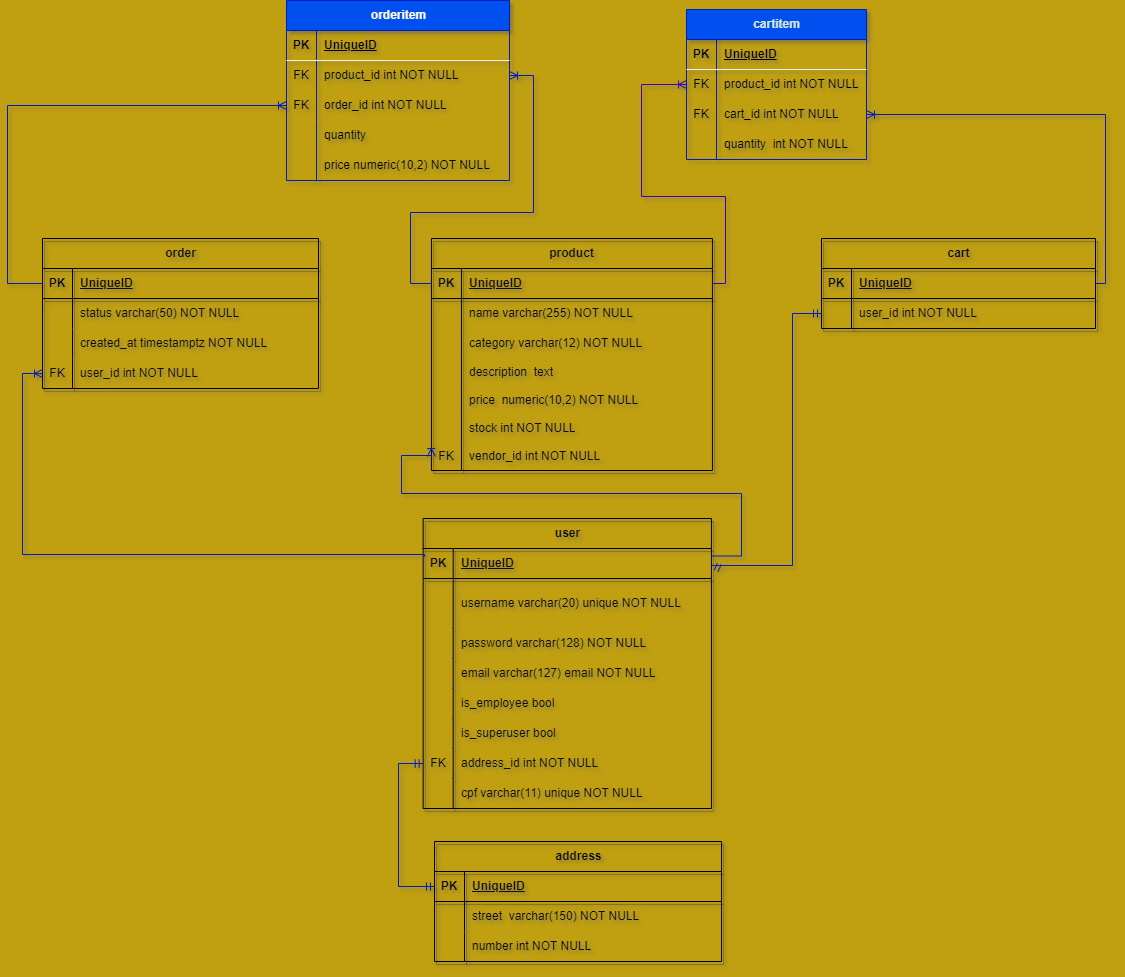
Above: DER.drawio.png in Projeto-Backend-Grupo-G34/Tech-By-Kenzie-Store (draw.io), before the change. Source tidied: cells renumbered, new cells last; positions are measured from the earlier drawing's top-left corner, leaving out a move shared by most shapes.
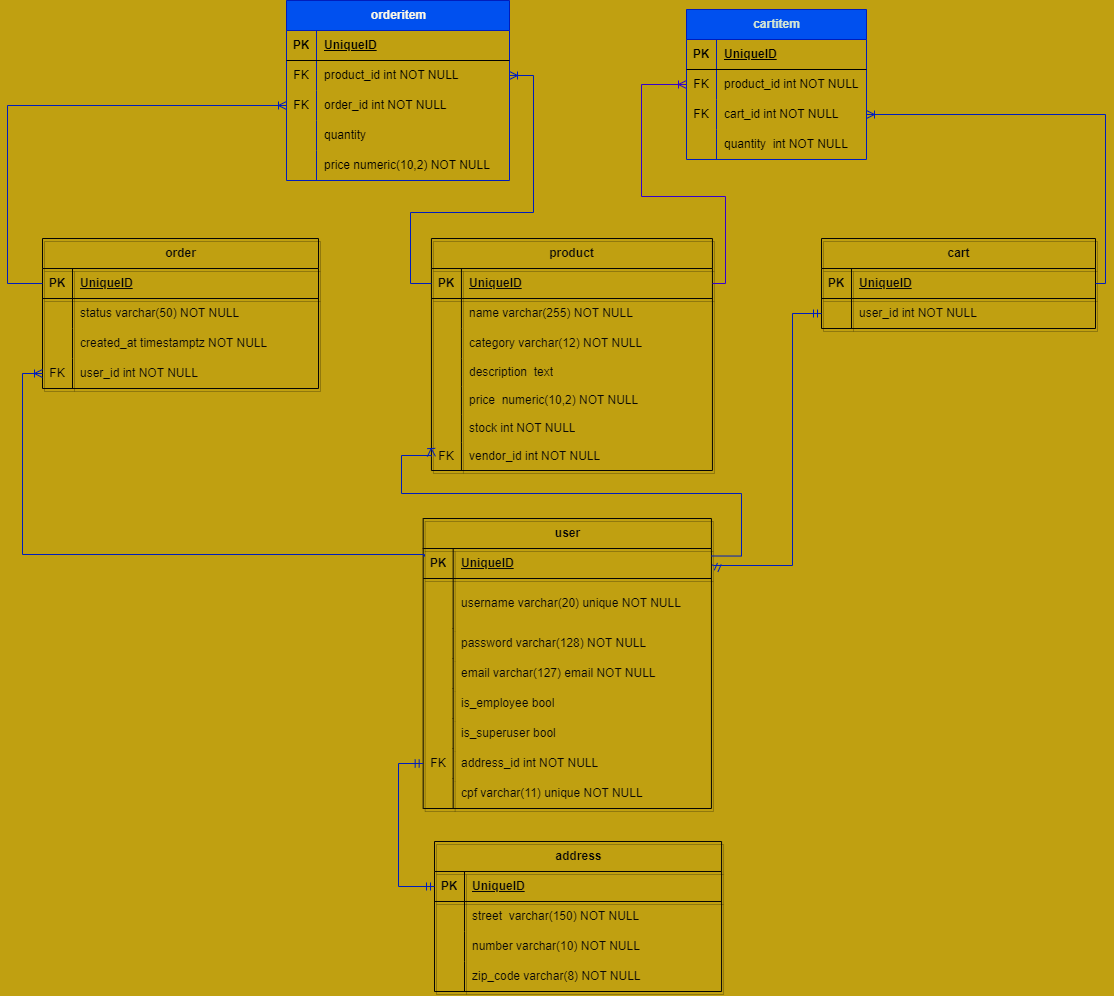
After the change.

Diff of the diagram source:
```diff
@@ -3,7 +3,7 @@
     <mxCell id="0" />
     <mxCell id="1" parent="0" />
     <mxCell id="2" value="address" style="shape=table;startSize=30;rowLines=0;fontStyle=1;align=center;strokeColor=#060604;shadow=1;fontColor=#080708;labelBackgroundColor=none;fillColor=none;fillStyle=solid;html=1;swimlaneFillColor=none;gradientColor=none;swimlaneLine=1;labelBorderColor=none;" parent="1" vertex="1">
-      <mxGeometry x="427" y="841" width="287.1" height="120" as="geometry" />
+      <mxGeometry x="427" y="841" width="287.1" height="150" as="geometry" />
     </mxCell>
     <mxCell id="3" style="shape=tableRow;horizontal=0;startSize=0;swimlaneHead=0;swimlaneBody=0;fillColor=none;points=[[0,0.5],[1,0.5]];portConstraint=eastwest;top=0;left=0;right=0;bottom=1;swimlaneFillColor=none;strokeColor=#060604;gradientColor=none;swimlaneLine=1;fontColor=#080708;labelBorderColor=none;labelBackgroundColor=none;shadow=1;" parent="2" vertex="1">
       <mxGeometry y="30" width="287.1" height="30" as="geometry" />
@@ -29,9 +29,18 @@
     <mxCell id="10" style="shape=partialRectangle;fillColor=none;top=0;left=0;bottom=0;right=0;overflow=hidden;whiteSpace=wrap;html=1;swimlaneFillColor=none;strokeColor=#060604;gradientColor=none;swimlaneLine=1;fontColor=#080708;labelBorderColor=none;labelBackgroundColor=none;shadow=1;" parent="9" vertex="1">
       <mxGeometry width="30" height="30" as="geometry" />
     </mxCell>
-    <mxCell id="11" value="number int NOT NULL" style="shape=partialRectangle;fillColor=none;top=0;left=0;bottom=0;right=0;align=left;spacingLeft=6;overflow=hidden;whiteSpace=wrap;html=1;swimlaneFillColor=none;strokeColor=#060604;gradientColor=none;swimlaneLine=1;fontColor=#080708;labelBorderColor=none;labelBackgroundColor=none;shadow=1;" parent="9" vertex="1">
+    <mxCell id="11" value="number varchar(10) NOT NULL" style="shape=partialRectangle;fillColor=none;top=0;left=0;bottom=0;right=0;align=left;spacingLeft=6;overflow=hidden;whiteSpace=wrap;html=1;swimlaneFillColor=none;strokeColor=#060604;gradientColor=none;swimlaneLine=1;fontColor=#080708;labelBorderColor=none;labelBackgroundColor=none;shadow=1;" parent="9" vertex="1">
       <mxGeometry x="30" width="257.1" height="30" as="geometry" />
     </mxCell>
+    <mxCell id="116" style="shape=tableRow;horizontal=0;startSize=0;swimlaneHead=0;swimlaneBody=0;fillColor=none;top=0;left=0;right=0;bottom=0;swimlaneFillColor=none;strokeColor=#060604;gradientColor=none;swimlaneLine=1;fontColor=#080708;labelBorderColor=none;labelBackgroundColor=none;shadow=1;" parent="2" vertex="1">
+      <mxGeometry y="120" width="287.1" height="30" as="geometry" />
+    </mxCell>
+    <mxCell id="117" style="shape=partialRectangle;fillColor=none;top=0;left=0;bottom=0;right=0;overflow=hidden;whiteSpace=wrap;html=1;swimlaneFillColor=none;strokeColor=#060604;gradientColor=none;swimlaneLine=1;fontColor=#080708;labelBorderColor=none;labelBackgroundColor=none;shadow=1;" parent="116" vertex="1">
+      <mxGeometry width="30" height="30" as="geometry" />
+    </mxCell>
+    <mxCell id="118" value="zip_code varchar(8) NOT NULL" style="shape=partialRectangle;fillColor=none;top=0;left=0;bottom=0;right=0;align=left;spacingLeft=6;overflow=hidden;whiteSpace=wrap;html=1;swimlaneFillColor=none;strokeColor=#060604;gradientColor=none;swimlaneLine=1;fontColor=#080708;labelBorderColor=none;labelBackgroundColor=none;shadow=1;" parent="116" vertex="1">
+      <mxGeometry x="30" width="257.1" height="30" as="geometry" />
+    </mxCell>
     <mxCell id="12" value="user" style="shape=table;startSize=30;rowLines=0;fontStyle=1;align=center;html=1;fillColor=none;swimlaneFillColor=none;strokeColor=#060604;gradientColor=none;swimlaneLine=1;fontColor=#080708;labelBorderColor=none;labelBackgroundColor=none;shadow=1;" parent="1" vertex="1">
       <mxGeometry x="415.7" y="518" width="288.3" height="290" as="geometry" />
     </mxCell>
```
